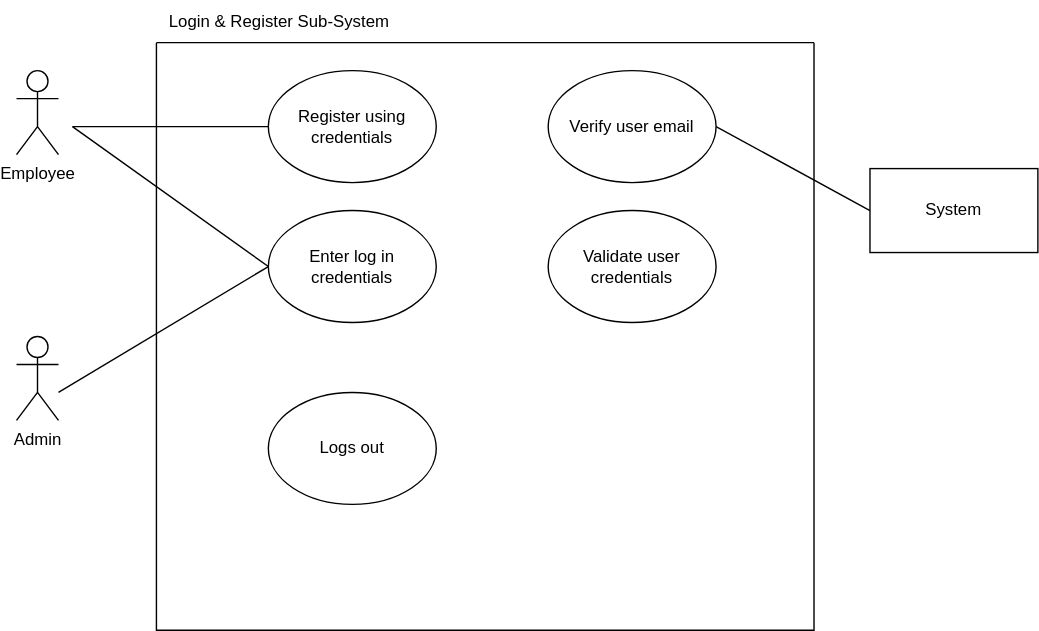
Simamkele88/IFM3_GP keeps this draw.io diagram as Untitled Diagram.drawio.svg. Above is the earlier version. Source tidied: cells renumbered, new cells last; positions are measured from the earlier drawing's top-left corner, leaving out a move shared by most shapes.
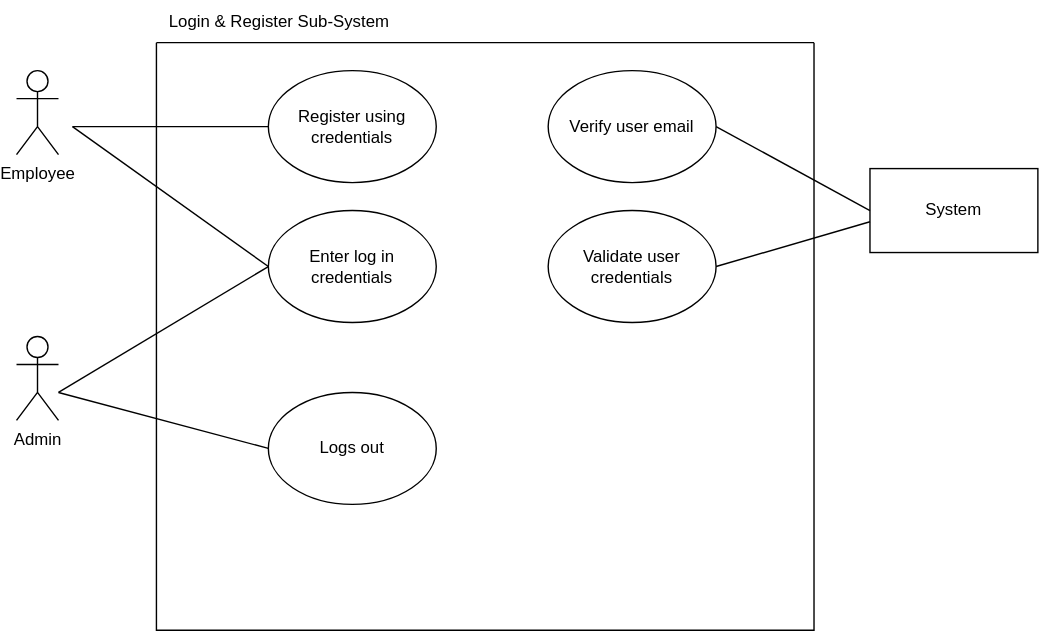
Later version of the same file.

Diff of the diagram source:
```diff
@@ -29,6 +29,12 @@
     <mxCell id="10" value="Validate user credentials" style="ellipse;whiteSpace=wrap;html=1;" parent="5" vertex="1">
       <mxGeometry x="280" y="120" width="120" height="80" as="geometry" />
     </mxCell>
+    <mxCell id="16" style="endArrow=none;html=1;rounded=0;entryX=0;entryY=0.5;entryDx=0;entryDy=0;" parent="5" edge="1">
+      <mxGeometry relative="1" as="geometry">
+        <mxPoint x="-70" y="250" as="sourcePoint" />
+        <mxPoint x="80" y="290" as="targetPoint" />
+      </mxGeometry>
+    </mxCell>
     <mxCell id="11" style="endArrow=none;html=1;rounded=0;entryX=0;entryY=0.5;entryDx=0;entryDy=0;" parent="1" edge="1" target="6">
       <mxGeometry relative="1" as="geometry">
         <mxPoint x="30" y="280" as="sourcePoint" />
@@ -50,5 +56,8 @@
     <mxCell id="15" style="endArrow=none;html=1;rounded=0;exitX=1;exitY=0.5;exitDx=0;exitDy=0;entryX=0;entryY=0.5;entryDx=0;entryDy=0;" parent="1" edge="1" source="7" target="4">
       <mxGeometry relative="1" as="geometry" />
     </mxCell>
+    <mxCell id="17" style="endArrow=none;html=1;rounded=0;exitX=1;exitY=0.5;exitDx=0;exitDy=0;entryX=0;entryY=0.633;entryDx=0;entryDy=0;entryPerimeter=0;" parent="1" edge="1" source="10" target="4">
+      <mxGeometry relative="1" as="geometry" />
+    </mxCell>
   </root>
 </mxGraphModel>
```
